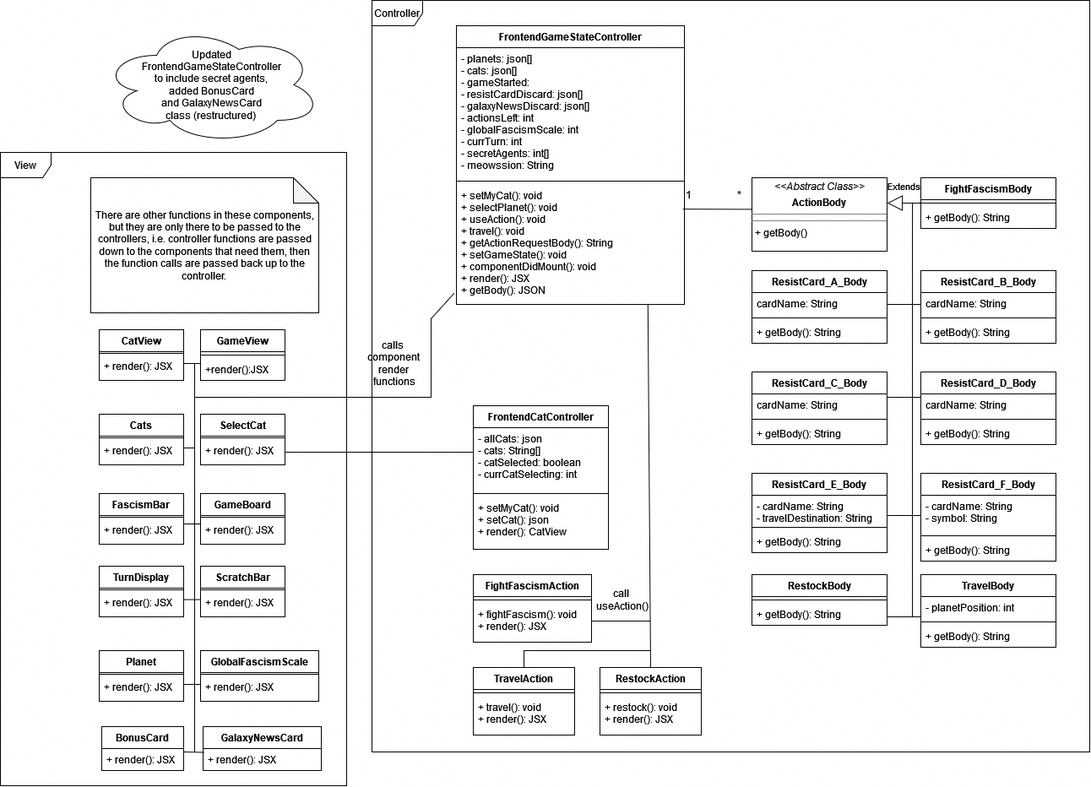
This is UML/frontend-UML.png from Benjru/SCFF-BNW, a draw.io export, as it was before one commit. Source tidied: cells renumbered, new cells last; positions are measured from the earlier drawing's top-left corner, leaving out a move shared by most shapes.
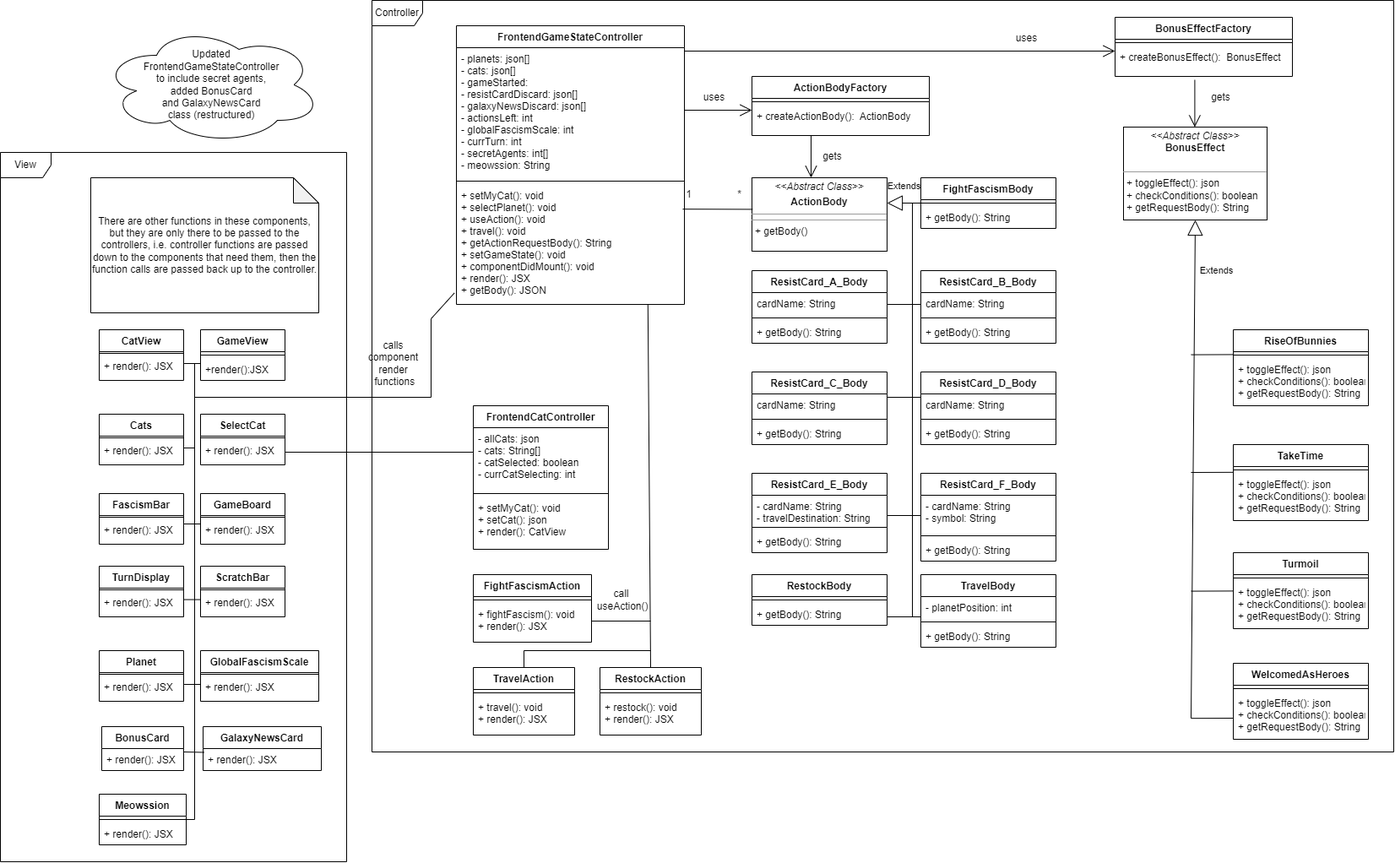
The same diagram one commit later.

What changed in the source:
```diff
@@ -400,10 +400,153 @@
       </mxGeometry>
     </mxCell>
     <mxCell id="115" value="Controller" style="shape=umlFrame;whiteSpace=wrap;html=1;" parent="1" vertex="1">
-      <mxGeometry x="440" width="850" height="890" as="geometry" />
+      <mxGeometry x="440" width="1210" height="890" as="geometry" />
     </mxCell>
     <mxCell id="116" value="View" style="shape=umlFrame;whiteSpace=wrap;html=1;" parent="1" vertex="1">
-      <mxGeometry y="180" width="410" height="750" as="geometry" />
+      <mxGeometry y="180" width="410" height="840" as="geometry" />
     </mxCell>
+    <mxCell id="117" value="&lt;p style=&quot;margin:0px;margin-top:4px;text-align:center;&quot;&gt;&lt;i&gt;&amp;lt;&amp;lt;Abstract Class&amp;gt;&amp;gt;&lt;/i&gt;&lt;br&gt;&lt;b&gt;BonusEffect&lt;/b&gt;&lt;/p&gt;&lt;p style=&quot;margin:0px;margin-left:4px;&quot;&gt;&lt;br&gt;&lt;/p&gt;&lt;hr size=&quot;1&quot;&gt;&lt;p style=&quot;margin:0px;margin-left:4px;&quot;&gt;+ toggleEffect(): json&lt;/p&gt;&lt;p style=&quot;margin:0px;margin-left:4px;&quot;&gt;+ checkConditions(): boolean&lt;/p&gt;&lt;p style=&quot;margin:0px;margin-left:4px;&quot;&gt;+ getRequestBody(): String&lt;/p&gt;" style="verticalAlign=top;align=left;overflow=fill;fontSize=12;fontFamily=Helvetica;html=1;" parent="1" vertex="1">
+      <mxGeometry x="1330" y="150" width="170" height="110" as="geometry" />
+    </mxCell>
+    <mxCell id="118" value="BonusEffectFactory" style="swimlane;fontStyle=1;align=center;verticalAlign=top;horizontal=1;startSize=26;" parent="1" vertex="1">
+      <mxGeometry x="1320" y="20" width="210" height="70" as="geometry" />
+    </mxCell>
+    <mxCell id="119" style="line;strokeWidth=1;fillColor=none;align=left;verticalAlign=middle;spacingTop=-1;spacingLeft=3;spacingRight=3;labelPosition=right;strokeColor=inherit;" parent="118" vertex="1">
+      <mxGeometry y="26" width="210" height="8" as="geometry" />
+    </mxCell>
+    <mxCell id="120" value="+ createBonusEffect():  BonusEffect" style="text;strokeColor=none;fillColor=none;align=left;verticalAlign=top;spacingLeft=4;spacingRight=4;overflow=hidden;" parent="118" vertex="1">
+      <mxGeometry y="34" width="210" height="36" as="geometry" />
+    </mxCell>
+    <mxCell id="121" value="ActionBodyFactory" style="swimlane;fontStyle=1;align=center;verticalAlign=top;horizontal=1;startSize=26;" parent="1" vertex="1">
+      <mxGeometry x="890" y="90" width="210" height="70" as="geometry" />
+    </mxCell>
+    <mxCell id="122" style="line;strokeWidth=1;fillColor=none;align=left;verticalAlign=middle;spacingTop=-1;spacingLeft=3;spacingRight=3;labelPosition=right;strokeColor=inherit;" parent="121" vertex="1">
+      <mxGeometry y="26" width="210" height="8" as="geometry" />
+    </mxCell>
+    <mxCell id="123" style="endArrow=open;endFill=1;endSize=12;html=1;rounded=0;entryX=0;entryY=0.167;entryDx=0;entryDy=0;entryPerimeter=0;" parent="121" edge="1" target="124">
+      <mxGeometry relative="1" as="geometry">
+        <mxPoint x="-80" y="40" as="sourcePoint" />
+      </mxGeometry>
+    </mxCell>
+    <mxCell id="124" value="+ createActionBody():  ActionBody" style="text;strokeColor=none;fillColor=none;align=left;verticalAlign=top;spacingLeft=4;spacingRight=4;overflow=hidden;points=[[0,0.5],[1,0.5]];portConstraint=eastwest;" parent="121" vertex="1">
+      <mxGeometry y="34" width="210" height="36" as="geometry" />
+    </mxCell>
+    <mxCell id="125" value="uses" style="text;html=1;align=center;verticalAlign=middle;strokeColor=none;fillColor=none;" parent="1" vertex="1">
+      <mxGeometry x="820" y="100" width="50" height="30" as="geometry" />
+    </mxCell>
+    <mxCell id="126" style="endArrow=open;endFill=1;endSize=12;html=1;rounded=0;" parent="1" edge="1">
+      <mxGeometry relative="1" as="geometry">
+        <mxPoint x="960" y="160.3" as="sourcePoint" />
+        <mxPoint x="960" y="210" as="targetPoint" />
+      </mxGeometry>
+    </mxCell>
+    <mxCell id="127" value="gets" style="text;html=1;align=center;verticalAlign=middle;strokeColor=none;fillColor=none;" parent="1" vertex="1">
+      <mxGeometry x="960" y="170" width="50" height="30" as="geometry" />
+    </mxCell>
+    <mxCell id="128" value="uses" style="text;html=1;align=center;verticalAlign=middle;strokeColor=none;fillColor=none;" parent="1" vertex="1">
+      <mxGeometry x="1190" y="30" width="50" height="30" as="geometry" />
+    </mxCell>
+    <mxCell id="129" style="endArrow=open;endFill=1;endSize=12;html=1;rounded=0;" parent="1" edge="1">
+      <mxGeometry relative="1" as="geometry">
+        <mxPoint x="810" y="60" as="sourcePoint" />
+        <mxPoint x="1320" y="60" as="targetPoint" />
+      </mxGeometry>
+    </mxCell>
+    <mxCell id="130" style="endArrow=open;endFill=1;endSize=12;html=1;rounded=0;" parent="1" edge="1">
+      <mxGeometry relative="1" as="geometry">
+        <mxPoint x="1414.4" y="94" as="sourcePoint" />
+        <mxPoint x="1414.4" y="150" as="targetPoint" />
+      </mxGeometry>
+    </mxCell>
+    <mxCell id="131" value="gets" style="text;html=1;align=center;verticalAlign=middle;strokeColor=none;fillColor=none;" parent="1" vertex="1">
+      <mxGeometry x="1420" y="100" width="50" height="30" as="geometry" />
+    </mxCell>
+    <mxCell id="132" value="Extends" style="endArrow=block;endSize=16;endFill=0;html=1;rounded=0;entryX=0.5;entryY=1;entryDx=0;entryDy=0;" parent="1" edge="1" target="117">
+      <mxGeometry x="0.8" y="-25" relative="1" as="geometry">
+        <mxPoint x="1410" y="850" as="sourcePoint" />
+        <mxPoint y="1" as="offset" />
+      </mxGeometry>
+    </mxCell>
+    <mxCell id="133" style="endArrow=none;html=1;rounded=0;" parent="1" edge="1">
+      <mxGeometry relative="1" as="geometry">
+        <mxPoint x="1410" y="559" as="sourcePoint" />
+        <mxPoint x="1460" y="558.8" as="targetPoint" />
+      </mxGeometry>
+    </mxCell>
+    <mxCell id="134" value="TakeTime" style="swimlane;fontStyle=1;align=center;verticalAlign=top;horizontal=1;startSize=26;" parent="1" vertex="1">
+      <mxGeometry x="1460" y="526" width="160" height="90" as="geometry" />
+    </mxCell>
+    <mxCell id="135" style="line;strokeWidth=1;fillColor=none;align=left;verticalAlign=middle;spacingTop=-1;spacingLeft=3;spacingRight=3;labelPosition=right;strokeColor=inherit;" parent="134" vertex="1">
+      <mxGeometry y="26" width="160" height="8" as="geometry" />
+    </mxCell>
+    <mxCell id="136" value="+ toggleEffect(): json&#10;+ checkConditions(): boolean&#10;+ getRequestBody(): String" style="text;strokeColor=none;fillColor=none;align=left;verticalAlign=top;spacingLeft=4;spacingRight=4;overflow=hidden;" parent="134" vertex="1">
+      <mxGeometry y="34" width="160" height="56" as="geometry" />
+    </mxCell>
+    <mxCell id="137" value="RiseOfBunnies" style="swimlane;fontStyle=1;align=center;verticalAlign=top;horizontal=1;startSize=26;" parent="1" vertex="1">
+      <mxGeometry x="1460" y="390" width="160" height="90" as="geometry" />
+    </mxCell>
+    <mxCell id="138" style="line;strokeWidth=1;fillColor=none;align=left;verticalAlign=middle;spacingTop=-1;spacingLeft=3;spacingRight=3;labelPosition=right;strokeColor=inherit;" parent="137" vertex="1">
+      <mxGeometry y="26" width="160" height="8" as="geometry" />
+    </mxCell>
+    <mxCell id="139" value="+ toggleEffect(): json&#10;+ checkConditions(): boolean&#10;+ getRequestBody(): String" style="text;strokeColor=none;fillColor=none;align=left;verticalAlign=top;spacingLeft=4;spacingRight=4;overflow=hidden;" parent="137" vertex="1">
+      <mxGeometry y="34" width="160" height="56" as="geometry" />
+    </mxCell>
+    <mxCell id="140" value="Turmoil" style="swimlane;fontStyle=1;align=center;verticalAlign=top;horizontal=1;startSize=26;" parent="1" vertex="1">
+      <mxGeometry x="1460" y="654" width="160" height="90" as="geometry" />
+    </mxCell>
+    <mxCell id="141" style="line;strokeWidth=1;fillColor=none;align=left;verticalAlign=middle;spacingTop=-1;spacingLeft=3;spacingRight=3;labelPosition=right;strokeColor=inherit;" parent="140" vertex="1">
+      <mxGeometry y="26" width="160" height="8" as="geometry" />
+    </mxCell>
+    <mxCell id="142" value="+ toggleEffect(): json&#10;+ checkConditions(): boolean&#10;+ getRequestBody(): String" style="text;strokeColor=none;fillColor=none;align=left;verticalAlign=top;spacingLeft=4;spacingRight=4;overflow=hidden;" parent="140" vertex="1">
+      <mxGeometry y="34" width="160" height="56" as="geometry" />
+    </mxCell>
+    <mxCell id="143" value="WelcomedAsHeroes" style="swimlane;fontStyle=1;align=center;verticalAlign=top;horizontal=1;startSize=26;" parent="1" vertex="1">
+      <mxGeometry x="1460" y="785" width="160" height="90" as="geometry" />
+    </mxCell>
+    <mxCell id="144" style="line;strokeWidth=1;fillColor=none;align=left;verticalAlign=middle;spacingTop=-1;spacingLeft=3;spacingRight=3;labelPosition=right;strokeColor=inherit;" parent="143" vertex="1">
+      <mxGeometry y="26" width="160" height="8" as="geometry" />
+    </mxCell>
+    <mxCell id="145" value="+ toggleEffect(): json&#10;+ checkConditions(): boolean&#10;+ getRequestBody(): String" style="text;strokeColor=none;fillColor=none;align=left;verticalAlign=top;spacingLeft=4;spacingRight=4;overflow=hidden;" parent="143" vertex="1">
+      <mxGeometry y="34" width="160" height="56" as="geometry" />
+    </mxCell>
+    <mxCell id="146" style="endArrow=none;html=1;rounded=0;" parent="1" edge="1">
+      <mxGeometry relative="1" as="geometry">
+        <mxPoint x="1410" y="699.6" as="sourcePoint" />
+        <mxPoint x="1460" y="699.4" as="targetPoint" />
+      </mxGeometry>
+    </mxCell>
+    <mxCell id="147" style="endArrow=none;html=1;rounded=0;" parent="1" edge="1">
+      <mxGeometry relative="1" as="geometry">
+        <mxPoint x="1410" y="850.2" as="sourcePoint" />
+        <mxPoint x="1460" y="850" as="targetPoint" />
+      </mxGeometry>
+    </mxCell>
+    <mxCell id="148" style="endArrow=none;html=1;rounded=0;" parent="1" edge="1">
+      <mxGeometry relative="1" as="geometry">
+        <mxPoint x="1410" y="419.6" as="sourcePoint" />
+        <mxPoint x="1460" y="419.4" as="targetPoint" />
+      </mxGeometry>
+    </mxCell>
+    <mxCell id="149" value="Meowssion" style="swimlane;fontStyle=1;align=center;verticalAlign=top;horizontal=1;startSize=26;" parent="1" vertex="1">
+      <mxGeometry x="117" y="940" width="103" height="60" as="geometry" />
+    </mxCell>
+    <mxCell id="150" style="line;strokeWidth=1;fillColor=none;align=left;verticalAlign=middle;spacingTop=-1;spacingLeft=3;spacingRight=3;labelPosition=right;strokeColor=inherit;" parent="149" vertex="1">
+      <mxGeometry y="26" width="103" height="8" as="geometry" />
+    </mxCell>
+    <mxCell id="151" value="+ render(): JSX" style="text;strokeColor=none;fillColor=none;align=left;verticalAlign=top;spacingLeft=4;spacingRight=4;overflow=hidden;" parent="149" vertex="1">
+      <mxGeometry y="34" width="103" height="26" as="geometry" />
+    </mxCell>
+    <mxCell id="152" style="endArrow=none;html=1;rounded=0;" parent="1" edge="1">
+      <mxGeometry relative="1" as="geometry">
+        <mxPoint x="230" y="970" as="sourcePoint" />
+        <mxPoint x="230" y="890" as="targetPoint" />
+      </mxGeometry>
+    </mxCell>
+    <mxCell id="153" style="endArrow=none;html=1;rounded=0;" parent="1" edge="1">
+      <mxGeometry relative="1" as="geometry">
+        <mxPoint x="220" y="970" as="sourcePoint" />
+        <mxPoint x="230" y="970" as="targetPoint" />
+      </mxGeometry>
+    </mxCell>
   </root>
 </mxGraphModel>
```
